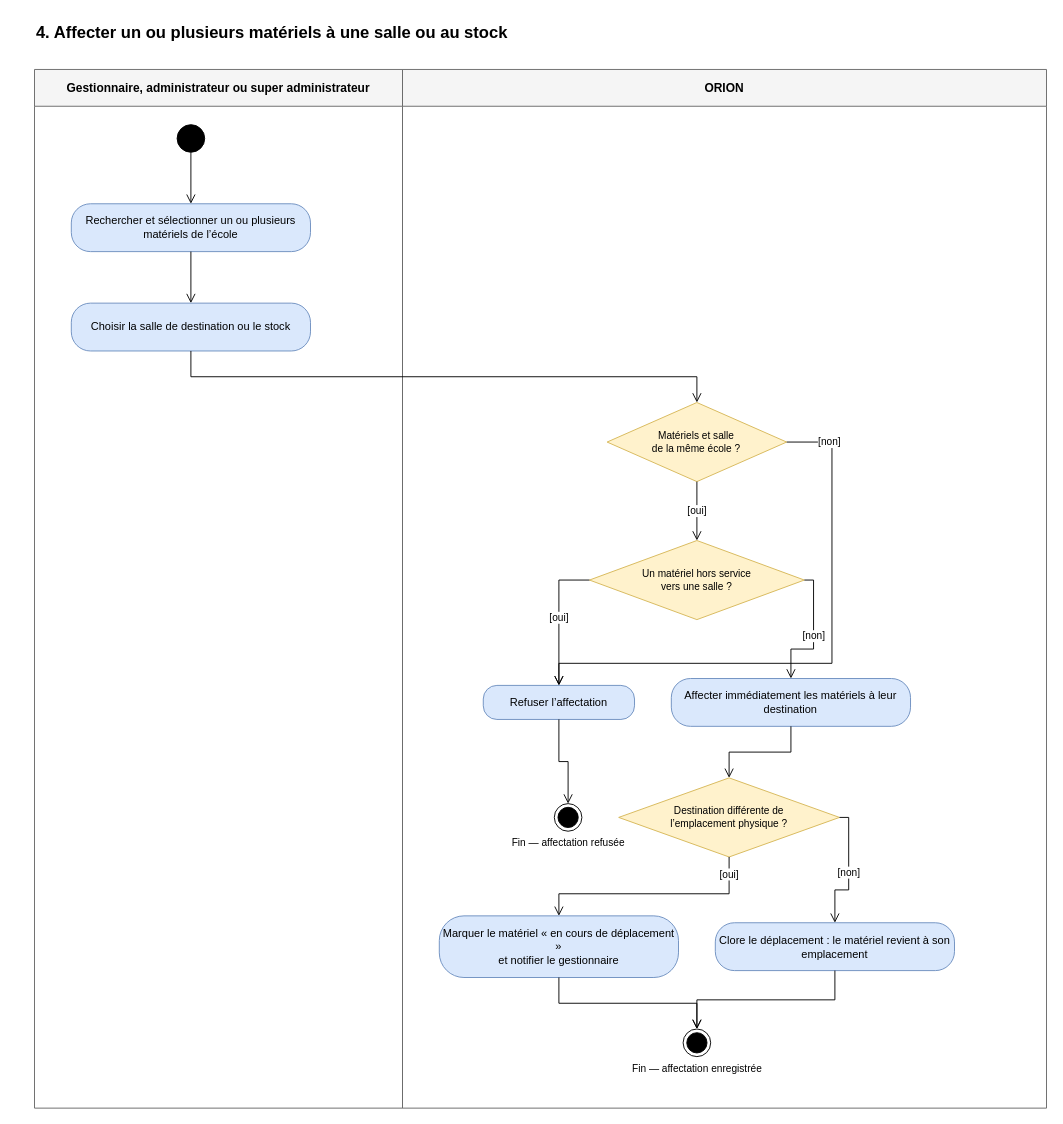
The draw.io diagram page "Affecter un ou plusieurs matériels à une salle ou au stock" (4 of 19) of docs/02-ANALYSE/02-CAPTURE-DES-BESOINS/08-DIAGRAMMES-ACTIVITE-CAS-UTILISATION.drawio in bpierrelouis/aster, before the edit. Source tidied: cells renumbered, new cells numbered last; positions are measured from the earlier drawing's top-left corner, leaving out a move shared by most shapes. Both pictures are drawn from the tidied source at 92%, with x=0, y=0 at pixel (34, 18).
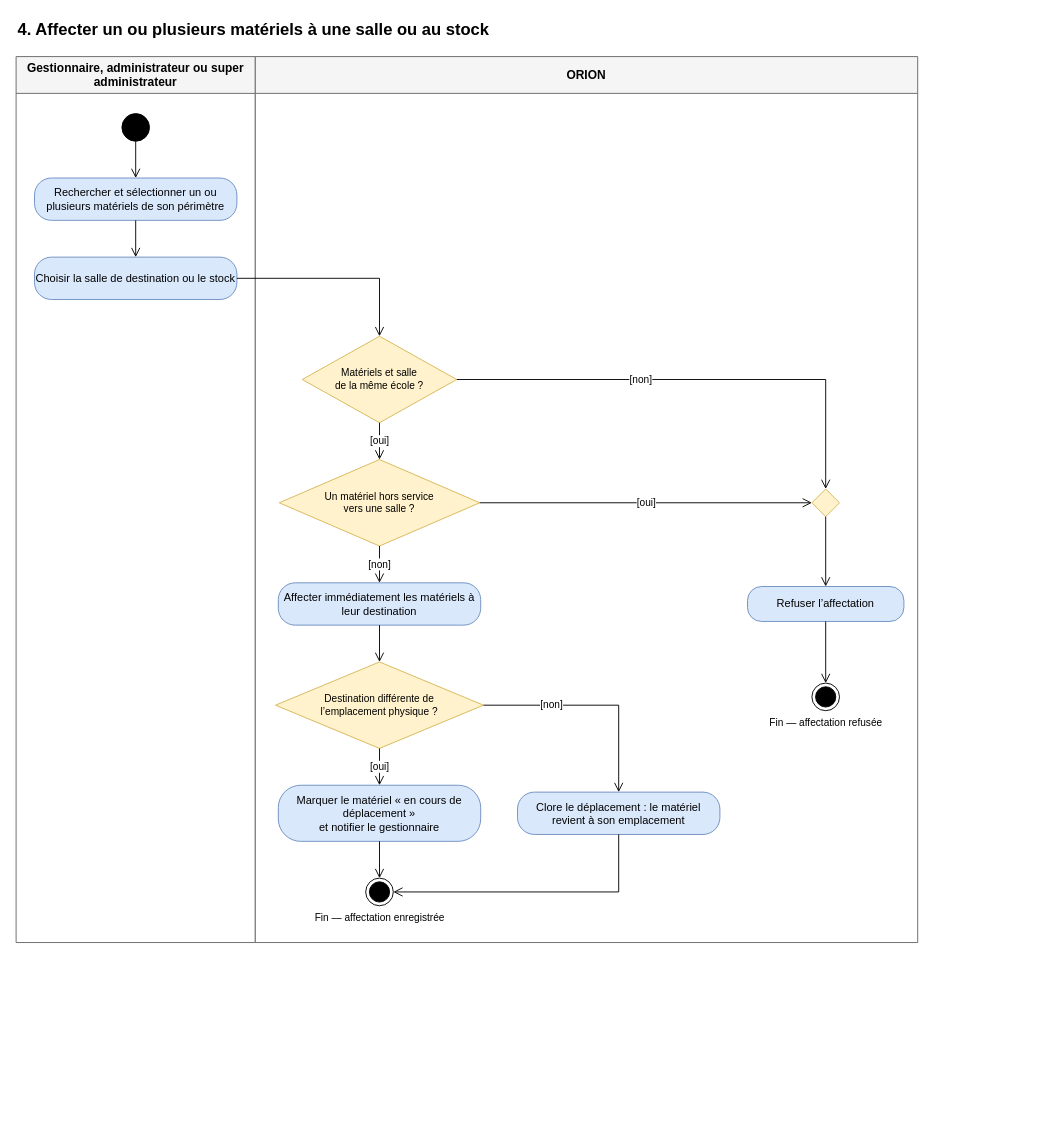
After the change.

The edit, as a diff of the source:
```diff
@@
     <mxCell id="2" value="4. Affecter un ou plusieurs matériels à une salle ou au stock" style="text;html=1;align=left;verticalAlign=middle;strokeColor=none;fillColor=none;fontSize=18;fontStyle=1;" parent="1" vertex="1">
-      <mxGeometry width="671" height="30" as="geometry" />
+      <mxGeometry x="-20" y="-3" width="980" height="30" as="geometry" />
     </mxCell>
     <mxCell id="3" value="Gestionnaire, administrateur ou super administrateur" style="swimlane;html=1;startSize=40;fontSize=13;fontStyle=1;fillColor=#f5f5f5;strokeColor=#666666;swimlaneFillColor=#ffffff;whiteSpace=wrap;" parent="1" vertex="1">
-      <mxGeometry y="55" width="400" height="1129" as="geometry" />
+      <mxGeometry x="-20" y="41" width="260" height="963" as="geometry" />
     </mxCell>
     <mxCell id="4" value="ORION" style="swimlane;html=1;startSize=40;fontSize=13;fontStyle=1;fillColor=#f5f5f5;strokeColor=#666666;swimlaneFillColor=#ffffff;whiteSpace=wrap;" parent="1" vertex="1">
-      <mxGeometry x="400" y="55" width="700" height="1129" as="geometry" />
+      <mxGeometry x="240" y="41" width="720" height="963" as="geometry" />
     </mxCell>
     <mxCell id="5" style="ellipse;html=1;fillColor=#000000;strokeColor=#000000;fontSize=11;labelPosition=right;verticalLabelPosition=middle;align=left;verticalAlign=middle;spacingLeft=6;" parent="3" vertex="1">
-      <mxGeometry x="155" y="60" width="30" height="30" as="geometry" />
+      <mxGeometry x="115" y="62" width="30" height="30" as="geometry" />
     </mxCell>
     <mxCell id="6" value="Fin — affectation enregistrée" style="ellipse;html=1;shape=endState;fillColor=#000000;strokeColor=#000000;verticalLabelPosition=bottom;verticalAlign=top;fontSize=11;" parent="4" vertex="1">
-      <mxGeometry x="305" y="1043" width="30" height="30" as="geometry" />
+      <mxGeometry x="120" y="893" width="30" height="30" as="geometry" />
     </mxCell>
     <mxCell id="7" value="Fin — affectation refusée" style="ellipse;html=1;shape=endState;fillColor=#000000;strokeColor=#000000;verticalLabelPosition=bottom;verticalAlign=top;fontSize=11;" parent="4" vertex="1">
-      <mxGeometry x="165" y="798" width="30" height="30" as="geometry" />
+      <mxGeometry x="605" y="681" width="30" height="30" as="geometry" />
     </mxCell>
-    <mxCell id="8" value="Rechercher et sélectionner un ou plusieurs matériels de l’école" style="rounded=1;arcSize=40;whiteSpace=wrap;html=1;fontSize=12;fillColor=#dae8fc;strokeColor=#6c8ebf;" parent="3" vertex="1">
-      <mxGeometry x="40" y="146" width="260" height="52" as="geometry" />
+    <mxCell id="8" value="Rechercher et sélectionner un ou plusieurs matériels de son périmètre" style="rounded=1;arcSize=40;whiteSpace=wrap;html=1;fontSize=12;fillColor=#dae8fc;strokeColor=#6c8ebf;" parent="3" vertex="1">
+      <mxGeometry x="20" y="132" width="220" height="46" as="geometry" />
     </mxCell>
     <mxCell id="9" value="Choisir la salle de destination ou le stock" style="rounded=1;arcSize=40;whiteSpace=wrap;html=1;fontSize=12;fillColor=#dae8fc;strokeColor=#6c8ebf;" parent="3" vertex="1">
-      <mxGeometry x="40" y="254" width="260" height="52" as="geometry" />
+      <mxGeometry x="20" y="218" width="220" height="46" as="geometry" />
     </mxCell>
     <mxCell id="10" value="Matériels et salle&lt;br&gt;de la même école ?" style="rhombus;whiteSpace=wrap;html=1;fontSize=11;fillColor=#fff2cc;strokeColor=#d6b656;" parent="4" vertex="1">
-      <mxGeometry x="222.4" y="362" width="195.2" height="86" as="geometry" />
+      <mxGeometry x="51" y="304" width="168" height="94" as="geometry" />
     </mxCell>
     <mxCell id="11" value="Un matériel hors service&lt;br&gt;vers une salle ?" style="rhombus;whiteSpace=wrap;html=1;fontSize=11;fillColor=#fff2cc;strokeColor=#d6b656;" parent="4" vertex="1">
-      <mxGeometry x="203.2" y="512" width="233.6" height="86" as="geometry" />
+      <mxGeometry x="26" y="438" width="218" height="94" as="geometry" />
     </mxCell>
+    <mxCell id="30" style="rhombus;whiteSpace=wrap;html=1;fontSize=11;fillColor=#fff2cc;strokeColor=#d6b656;" parent="4" vertex="1">
+      <mxGeometry x="605" y="470" width="30" height="30" as="geometry" />
+    </mxCell>
     <mxCell id="12" value="Refuser l’affectation" style="rounded=1;arcSize=40;whiteSpace=wrap;html=1;fontSize=12;fillColor=#dae8fc;strokeColor=#6c8ebf;" parent="4" vertex="1">
-      <mxGeometry x="87.8" y="669.5" width="164.4" height="37" as="geometry" />
+      <mxGeometry x="535" y="576" width="170" height="38" as="geometry" />
     </mxCell>
     <mxCell id="13" value="Affecter immédiatement les matériels à leur destination" style="rounded=1;arcSize=40;whiteSpace=wrap;html=1;fontSize=12;fillColor=#dae8fc;strokeColor=#6c8ebf;" parent="4" vertex="1">
-      <mxGeometry x="292.2" y="662" width="260" height="52" as="geometry" />
+      <mxGeometry x="25" y="572" width="220" height="46" as="geometry" />
     </mxCell>
     <mxCell id="14" value="Destination différente de&lt;br&gt;l’emplacement physique ?" style="rhombus;whiteSpace=wrap;html=1;fontSize=11;fillColor=#fff2cc;strokeColor=#d6b656;" parent="4" vertex="1">
-      <mxGeometry x="235" y="770" width="240" height="86" as="geometry" />
+      <mxGeometry x="22" y="658" width="226" height="94" as="geometry" />
     </mxCell>
     <mxCell id="15" value="Marquer le matériel « en cours de déplacement »&lt;br&gt;et notifier le gestionnaire" style="rounded=1;arcSize=40;whiteSpace=wrap;html=1;fontSize=12;fillColor=#dae8fc;strokeColor=#6c8ebf;" parent="4" vertex="1">
-      <mxGeometry x="40" y="920" width="260" height="67" as="geometry" />
+      <mxGeometry x="25" y="792" width="220" height="61" as="geometry" />
     </mxCell>
     <mxCell id="16" value="Clore le déplacement : le matériel revient à son emplacement" style="rounded=1;arcSize=40;whiteSpace=wrap;html=1;fontSize=12;fillColor=#dae8fc;strokeColor=#6c8ebf;" parent="4" vertex="1">
-      <mxGeometry x="340" y="927.5" width="260" height="52" as="geometry" />
+      <mxGeometry x="285" y="799.5" width="220" height="46" as="geometry" />
     </mxCell>
@@
-    <mxCell id="19" style="edgeStyle=orthogonalEdgeStyle;endArrow=open;endSize=8;html=1;rounded=0;fontSize=11;labelBackgroundColor=#ffffff;exitX=0.5;exitY=1;exitDx=0;exitDy=0;entryX=0.5;entryY=0;entryDx=0;entryDy=0;" parent="1" edge="1" source="9" target="10">
-      <mxGeometry relative="1" as="geometry" />
+    <mxCell id="19" style="edgeStyle=orthogonalEdgeStyle;endArrow=open;endSize=8;html=1;rounded=0;fontSize=11;labelBackgroundColor=#ffffff;exitX=1;exitY=0.5;exitDx=0;exitDy=0;entryX=0.5;entryY=0;entryDx=0;entryDy=0;" parent="1" edge="1" source="9" target="10">
+      <mxGeometry relative="1" as="geometry">
+        <Array as="points">
+          <mxPoint x="375" y="282" />
+        </Array>
+      </mxGeometry>
     </mxCell>
-    <mxCell id="20" value="[non]" style="edgeStyle=orthogonalEdgeStyle;endArrow=open;endSize=8;html=1;rounded=0;fontSize=11;labelBackgroundColor=#ffffff;exitX=1;exitY=0.5;exitDx=0;exitDy=0;entryX=0.5;entryY=0;entryDx=0;entryDy=0;" parent="1" edge="1" source="10" target="12">
-      <mxGeometry x="-0.85" relative="1" as="geometry">
+    <mxCell id="20" value="[non]" style="edgeStyle=orthogonalEdgeStyle;endArrow=open;endSize=8;html=1;rounded=0;fontSize=11;labelBackgroundColor=#ffffff;exitX=1;exitY=0.5;exitDx=0;exitDy=0;entryX=0.5;entryY=0;entryDx=0;entryDy=0;" parent="1" edge="1" source="10" target="30">
+      <mxGeometry x="-0.23" relative="1" as="geometry">
         <Array as="points">
-          <mxPoint x="866.8" y="460" />
-          <mxPoint x="866.8" y="700.5" />
-          <mxPoint x="570" y="700.5" />
+          <mxPoint x="860" y="392" />
         </Array>
       </mxGeometry>
     </mxCell>
-    <mxCell id="21" style="edgeStyle=orthogonalEdgeStyle;endArrow=open;endSize=8;html=1;rounded=0;fontSize=11;labelBackgroundColor=#ffffff;exitX=0.5;exitY=1;exitDx=0;exitDy=0;entryX=0.5;entryY=0;entryDx=0;entryDy=0;" parent="1" edge="1" source="12" target="7">
+    <mxCell id="21" style="edgeStyle=orthogonalEdgeStyle;endArrow=open;endSize=8;html=1;rounded=0;fontSize=11;labelBackgroundColor=#ffffff;exitX=0.5;exitY=1;exitDx=0;exitDy=0;entryX=0.5;entryY=0;entryDx=0;entryDy=0;" parent="1" edge="1" source="30" target="12">
       <mxGeometry relative="1" as="geometry" />
     </mxCell>
-    <mxCell id="22" value="[oui]" style="edgeStyle=orthogonalEdgeStyle;endArrow=open;endSize=8;html=1;rounded=0;fontSize=11;labelBackgroundColor=#ffffff;exitX=0.5;exitY=1;exitDx=0;exitDy=0;entryX=0.5;entryY=0;entryDx=0;entryDy=0;" parent="1" edge="1" source="10" target="11">
+    <mxCell id="22" style="edgeStyle=orthogonalEdgeStyle;endArrow=open;endSize=8;html=1;rounded=0;fontSize=11;labelBackgroundColor=#ffffff;exitX=0.5;exitY=1;exitDx=0;exitDy=0;entryX=0.5;entryY=0;entryDx=0;entryDy=0;" parent="1" edge="1" source="12" target="7">
       <mxGeometry relative="1" as="geometry" />
     </mxCell>
-    <mxCell id="23" value="[oui]" style="edgeStyle=orthogonalEdgeStyle;endArrow=open;endSize=8;html=1;rounded=0;fontSize=11;labelBackgroundColor=#ffffff;exitX=0;exitY=0.5;exitDx=0;exitDy=0;entryX=0.5;entryY=0;entryDx=0;entryDy=0;" parent="1" edge="1" source="11" target="12">
+    <mxCell id="23" value="[oui]" style="edgeStyle=orthogonalEdgeStyle;endArrow=open;endSize=8;html=1;rounded=0;fontSize=11;labelBackgroundColor=#ffffff;exitX=0.5;exitY=1;exitDx=0;exitDy=0;entryX=0.5;entryY=0;entryDx=0;entryDy=0;" parent="1" edge="1" source="10" target="11">
       <mxGeometry relative="1" as="geometry" />
     </mxCell>
-    <mxCell id="24" value="[non]" style="edgeStyle=orthogonalEdgeStyle;endArrow=open;endSize=8;html=1;rounded=0;fontSize=11;labelBackgroundColor=#ffffff;exitX=1;exitY=0.5;exitDx=0;exitDy=0;entryX=0.5;entryY=0;entryDx=0;entryDy=0;" parent="1" edge="1" source="11" target="13">
+    <mxCell id="24" value="[oui]" style="edgeStyle=orthogonalEdgeStyle;endArrow=open;endSize=8;html=1;rounded=0;fontSize=11;labelBackgroundColor=#ffffff;exitX=1;exitY=0.5;exitDx=0;exitDy=0;entryX=0;entryY=0.5;entryDx=0;entryDy=0;" parent="1" edge="1" source="11" target="30">
       <mxGeometry relative="1" as="geometry" />
     </mxCell>
-    <mxCell id="25" style="edgeStyle=orthogonalEdgeStyle;endArrow=open;endSize=8;html=1;rounded=0;fontSize=11;labelBackgroundColor=#ffffff;exitX=0.5;exitY=1;exitDx=0;exitDy=0;entryX=0.5;entryY=0;entryDx=0;entryDy=0;" parent="1" edge="1" source="13" target="14">
+    <mxCell id="25" value="[non]" style="edgeStyle=orthogonalEdgeStyle;endArrow=open;endSize=8;html=1;rounded=0;fontSize=11;labelBackgroundColor=#ffffff;exitX=0.5;exitY=1;exitDx=0;exitDy=0;entryX=0.5;entryY=0;entryDx=0;entryDy=0;" parent="1" edge="1" source="11" target="13">
       <mxGeometry relative="1" as="geometry" />
     </mxCell>
-    <mxCell id="26" value="[oui]" style="edgeStyle=orthogonalEdgeStyle;endArrow=open;endSize=8;html=1;rounded=0;fontSize=11;labelBackgroundColor=#ffffff;exitX=0.5;exitY=1;exitDx=0;exitDy=0;entryX=0.5;entryY=0;entryDx=0;entryDy=0;" parent="1" edge="1" source="14" target="15">
-      <mxGeometry x="-0.85" relative="1" as="geometry">
-        <Array as="points">
-          <mxPoint x="755" y="951" />
-          <mxPoint x="570" y="951" />
-        </Array>
-      </mxGeometry>
+    <mxCell id="26" style="edgeStyle=orthogonalEdgeStyle;endArrow=open;endSize=8;html=1;rounded=0;fontSize=11;labelBackgroundColor=#ffffff;exitX=0.5;exitY=1;exitDx=0;exitDy=0;entryX=0.5;entryY=0;entryDx=0;entryDy=0;" parent="1" edge="1" source="13" target="14">
+      <mxGeometry relative="1" as="geometry" />
     </mxCell>
-    <mxCell id="27" style="edgeStyle=orthogonalEdgeStyle;endArrow=open;endSize=8;html=1;rounded=0;fontSize=11;labelBackgroundColor=#ffffff;exitX=0.5;exitY=1;exitDx=0;exitDy=0;entryX=0.5;entryY=0;entryDx=0;entryDy=0;" parent="1" edge="1" source="15" target="6">
+    <mxCell id="27" value="[oui]" style="edgeStyle=orthogonalEdgeStyle;endArrow=open;endSize=8;html=1;rounded=0;fontSize=11;labelBackgroundColor=#ffffff;exitX=0.5;exitY=1;exitDx=0;exitDy=0;entryX=0.5;entryY=0;entryDx=0;entryDy=0;" parent="1" edge="1" source="14" target="15">
       <mxGeometry relative="1" as="geometry" />
     </mxCell>
-    <mxCell id="28" value="[non]" style="edgeStyle=orthogonalEdgeStyle;endArrow=open;endSize=8;html=1;rounded=0;fontSize=11;labelBackgroundColor=#ffffff;exitX=1;exitY=0.5;exitDx=0;exitDy=0;entryX=0.5;entryY=0;entryDx=0;entryDy=0;" parent="1" edge="1" source="14" target="16">
+    <mxCell id="28" style="edgeStyle=orthogonalEdgeStyle;endArrow=open;endSize=8;html=1;rounded=0;fontSize=11;labelBackgroundColor=#ffffff;exitX=0.5;exitY=1;exitDx=0;exitDy=0;entryX=0.5;entryY=0;entryDx=0;entryDy=0;" parent="1" edge="1" source="15" target="6">
       <mxGeometry relative="1" as="geometry" />
     </mxCell>
-    <mxCell id="29" style="edgeStyle=orthogonalEdgeStyle;endArrow=open;endSize=8;html=1;rounded=0;fontSize=11;labelBackgroundColor=#ffffff;exitX=0.5;exitY=1;exitDx=0;exitDy=0;entryX=0.5;entryY=0;entryDx=0;entryDy=0;" parent="1" edge="1" source="16" target="6">
-      <mxGeometry relative="1" as="geometry" />
+    <mxCell id="29" value="[non]" style="edgeStyle=orthogonalEdgeStyle;endArrow=open;endSize=8;html=1;rounded=0;fontSize=11;labelBackgroundColor=#ffffff;exitX=1;exitY=0.5;exitDx=0;exitDy=0;entryX=0.5;entryY=0;entryDx=0;entryDy=0;" parent="1" edge="1" source="14" target="16">
+      <mxGeometry x="-0.39" relative="1" as="geometry">
+        <Array as="points">
+          <mxPoint x="635" y="746" />
+        </Array>
+      </mxGeometry>
     </mxCell>
+    <mxCell id="31" style="edgeStyle=orthogonalEdgeStyle;endArrow=open;endSize=8;html=1;rounded=0;fontSize=11;labelBackgroundColor=#ffffff;exitX=0.5;exitY=1;exitDx=0;exitDy=0;entryX=1;entryY=0.5;entryDx=0;entryDy=0;" parent="1" edge="1" source="16" target="6">
+      <mxGeometry relative="1" as="geometry">
+        <Array as="points">
+          <mxPoint x="635" y="949" />
+        </Array>
+      </mxGeometry>
+    </mxCell>
```
